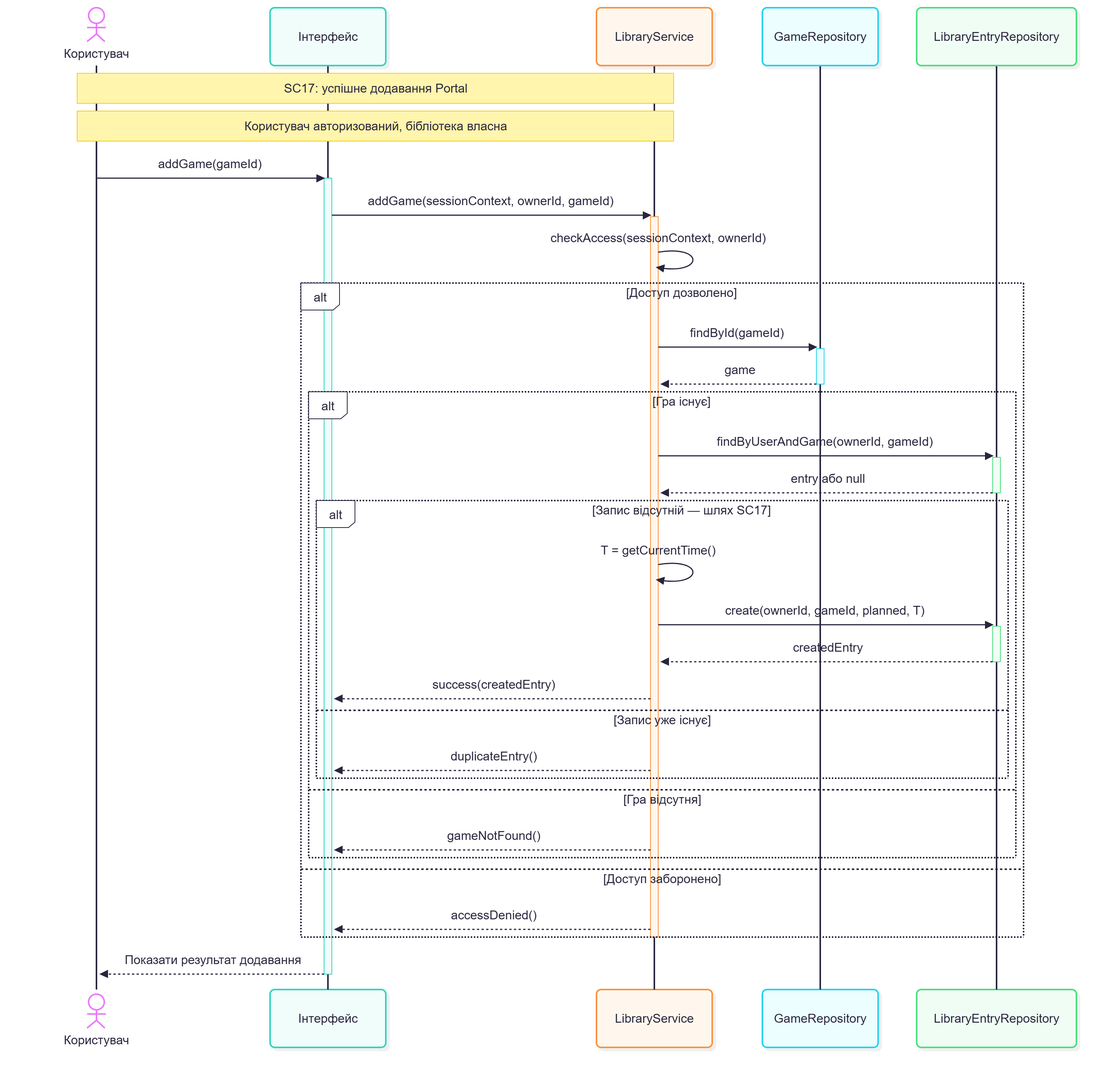
Before: Lab3/sc17-add-game.png, a diagram exported from Mermaid (Bbg0kif/KPI). Its source is kept beside it as Lab3/sc17-add-game.mmd.
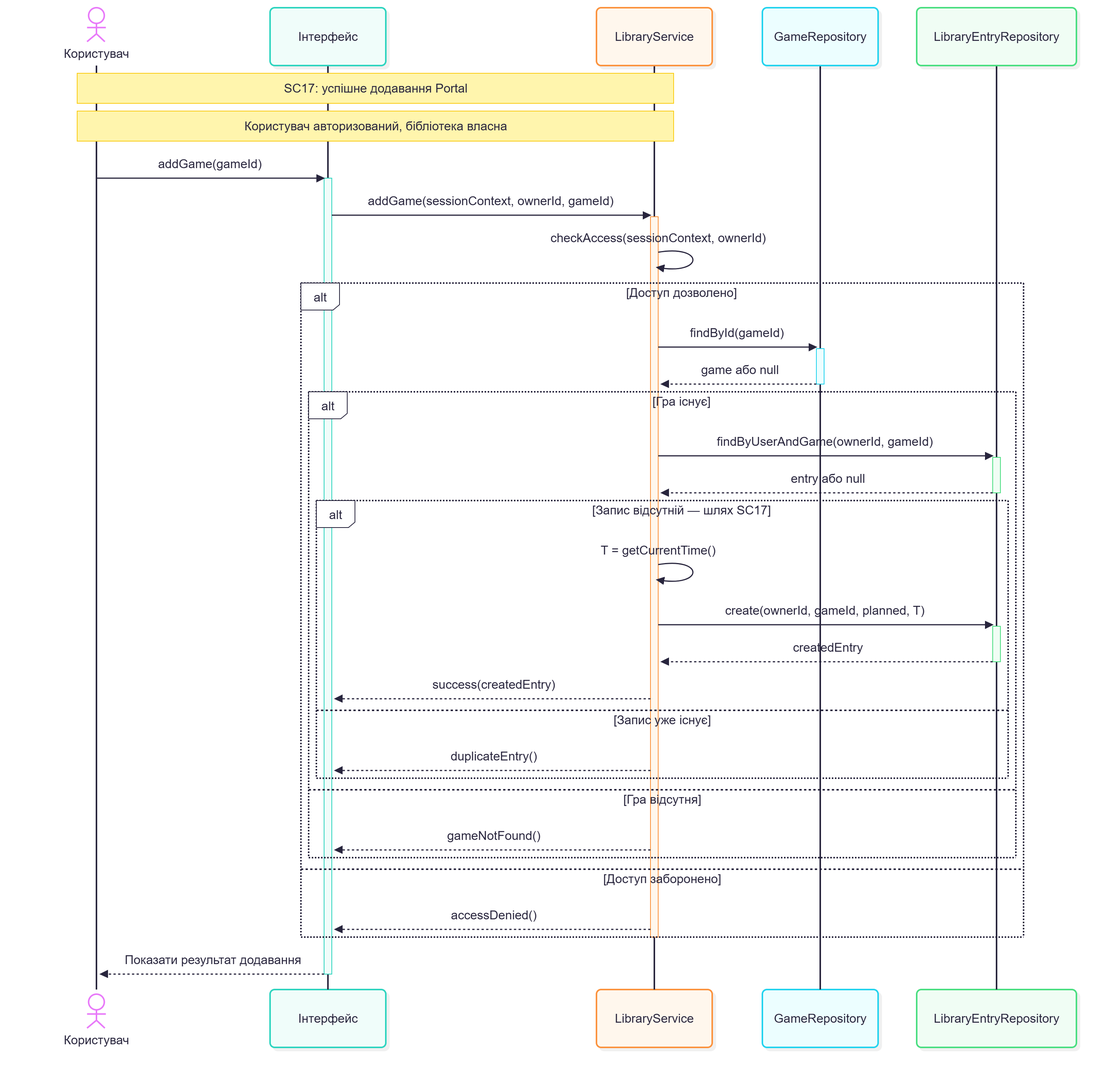
The same diagram one commit later.

Commit message:
Clarify game lookup result in SC17

What changed in the source:
```diff
@@ -18,7 +18,7 @@
     alt Доступ дозволено
         LS->>GR: findById(gameId)
         activate GR
-        GR-->>LS: game
+        GR-->>LS: game або null
         deactivate GR
 
         alt Гра існує
```
